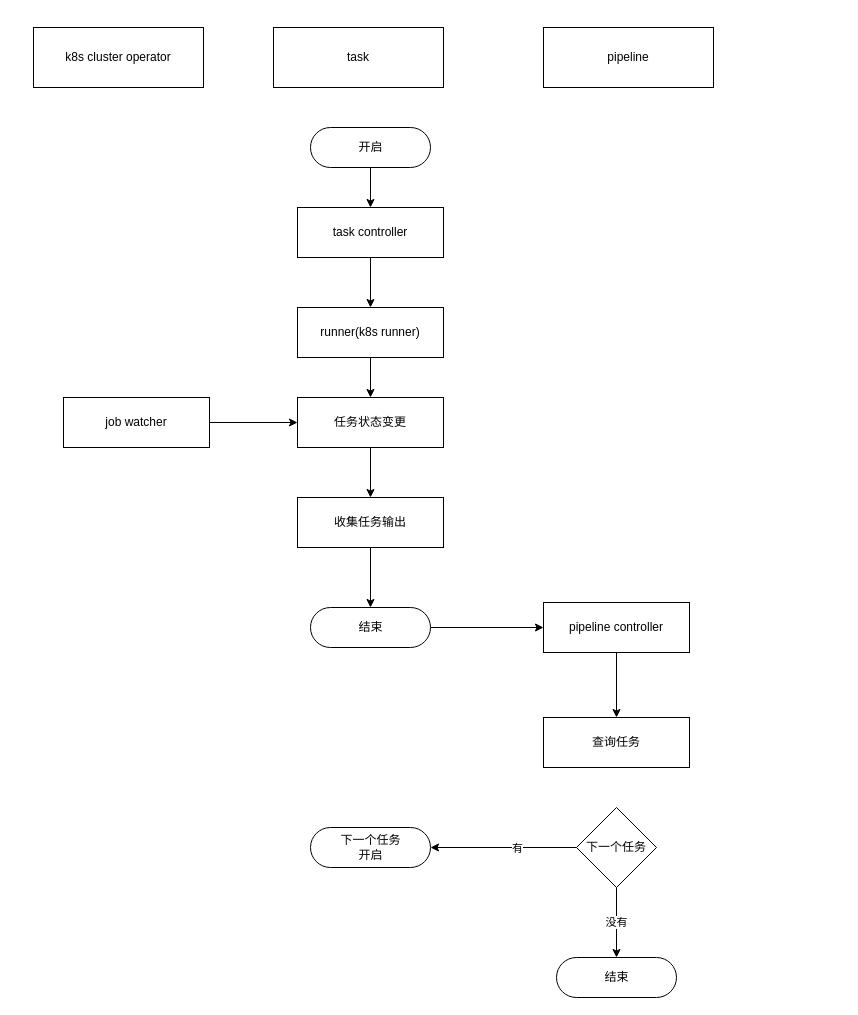
Above: apps/task/docs/flow.drawio in infraboard/mpaas (draw.io), before the change. Source tidied: cells renumbered, new cells numbered last; positions are measured from the earlier drawing's top-left corner, leaving out a move shared by most shapes. Both pictures are drawn from the tidied source at 100%, with x=0, y=0 at pixel (33, 27).
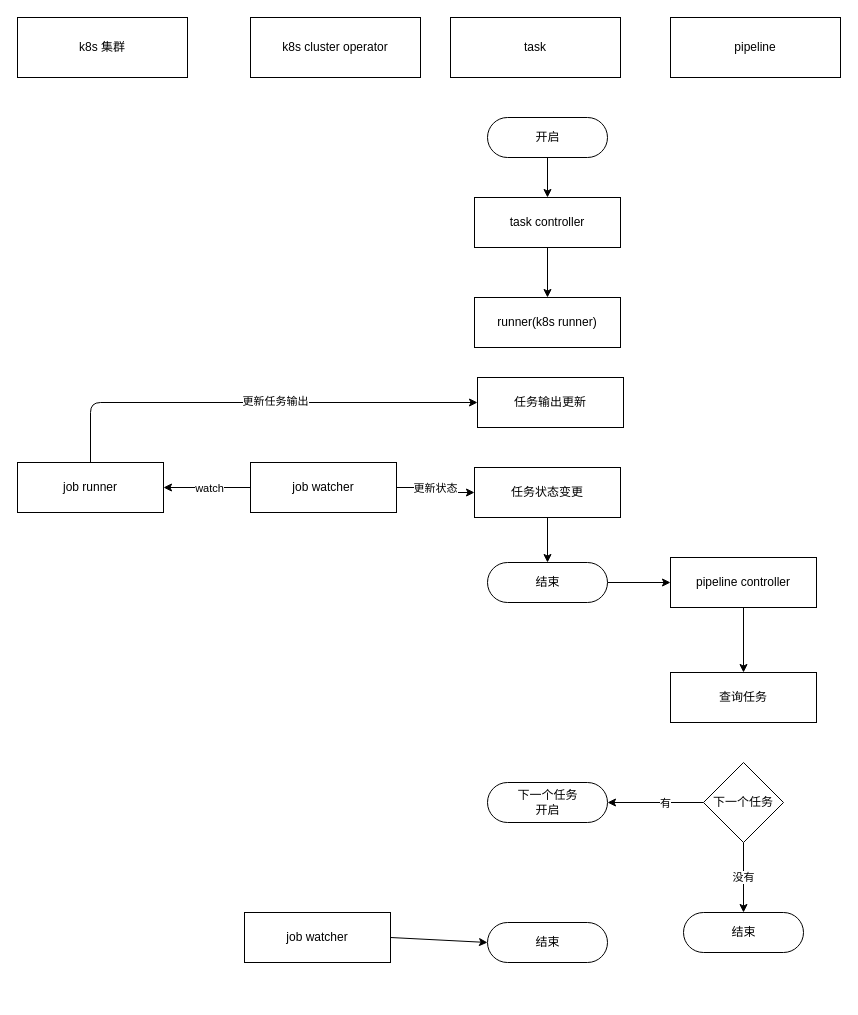
The same page after the edit.

The change refers to these unchanged cells:
```xml
<mxCell id="11" style="edgeStyle=orthogonalEdgeStyle;html=1;exitX=1;exitY=0.5;exitDx=0;exitDy=0;entryX=0;entryY=0.5;entryDx=0;entryDy=0;" parent="1" edge="1" source="12" target="18">
  <mxGeometry relative="1" as="geometry" />
</mxCell>
```

Diff of the diagram source:
```diff
@@
     <mxCell id="3" value="开启" style="html=1;dashed=0;whitespace=wrap;shape=mxgraph.dfd.start;" parent="1" vertex="1">
-      <mxGeometry x="277" y="100" width="120" height="40" as="geometry" />
+      <mxGeometry x="454" y="90" width="120" height="40" as="geometry" />
     </mxCell>
@@
     <mxCell id="5" value="task controller" style="rounded=0;whiteSpace=wrap;html=1;" parent="1" vertex="1">
-      <mxGeometry x="264" y="180" width="146" height="50" as="geometry" />
+      <mxGeometry x="441" y="170" width="146" height="50" as="geometry" />
     </mxCell>
-    <mxCell id="6" style="edgeStyle=none;html=1;exitX=0.5;exitY=1;exitDx=0;exitDy=0;entryX=0.5;entryY=0;entryDx=0;entryDy=0;" parent="1" edge="1" source="7" target="18">
-      <mxGeometry relative="1" as="geometry" />
-    </mxCell>
     <mxCell id="7" value="runner(k8s runner)" style="rounded=0;whiteSpace=wrap;html=1;" parent="1" vertex="1">
-      <mxGeometry x="264" y="280" width="146" height="50" as="geometry" />
+      <mxGeometry x="441" y="270" width="146" height="50" as="geometry" />
     </mxCell>
     <mxCell id="8" value="k8s cluster operator" style="rounded=0;whiteSpace=wrap;html=1;" parent="1" vertex="1">
-      <mxGeometry width="170" height="60" as="geometry" />
+      <mxGeometry x="217" y="-10" width="170" height="60" as="geometry" />
     </mxCell>
     <mxCell id="9" value="task" style="rounded=0;whiteSpace=wrap;html=1;" parent="1" vertex="1">
-      <mxGeometry x="240" width="170" height="60" as="geometry" />
+      <mxGeometry x="417" y="-10" width="170" height="60" as="geometry" />
     </mxCell>
     <mxCell id="10" value="pipeline" style="rounded=0;whiteSpace=wrap;html=1;" parent="1" vertex="1">
-      <mxGeometry x="510" width="170" height="60" as="geometry" />
+      <mxGeometry x="637" y="-10" width="170" height="60" as="geometry" />
     </mxCell>
@@
+    <mxCell id="28" value="更新状态" style="edgeLabel;html=1;align=center;verticalAlign=middle;" parent="11" vertex="1">
+      <mxGeometry x="-0.07" y="-1" relative="1" as="geometry" />
+    </mxCell>
+    <mxCell id="29" style="edgeStyle=none;html=1;exitX=0;exitY=0.5;exitDx=0;exitDy=0;" parent="1" edge="1" source="12" target="37">
+      <mxGeometry relative="1" as="geometry" />
+    </mxCell>
+    <mxCell id="30" value="watch" style="edgeLabel;html=1;align=center;verticalAlign=middle;" parent="29" vertex="1">
+      <mxGeometry x="-0.03" relative="1" as="geometry" />
+    </mxCell>
     <mxCell id="12" value="job watcher" style="rounded=0;whiteSpace=wrap;html=1;" parent="1" vertex="1">
-      <mxGeometry x="30" y="370" width="146" height="50" as="geometry" />
+      <mxGeometry x="217" y="435" width="146" height="50" as="geometry" />
     </mxCell>
@@
     <mxCell id="14" value="pipeline controller" style="rounded=0;whiteSpace=wrap;html=1;" parent="1" vertex="1">
-      <mxGeometry x="510" y="575" width="146" height="50" as="geometry" />
+      <mxGeometry x="637" y="530" width="146" height="50" as="geometry" />
     </mxCell>
@@
     <mxCell id="16" value="结束" style="html=1;dashed=0;whitespace=wrap;shape=mxgraph.dfd.start;" parent="1" vertex="1">
-      <mxGeometry x="277" y="580" width="120" height="40" as="geometry" />
+      <mxGeometry x="454" y="535" width="120" height="40" as="geometry" />
     </mxCell>
-    <mxCell id="17" style="edgeStyle=orthogonalEdgeStyle;html=1;exitX=0.5;exitY=1;exitDx=0;exitDy=0;" parent="1" edge="1" source="18" target="21">
+    <mxCell id="17" style="edgeStyle=orthogonalEdgeStyle;html=1;exitX=0.5;exitY=1;exitDx=0;exitDy=0;entryX=0.5;entryY=0.5;entryDx=0;entryDy=-20;entryPerimeter=0;" parent="1" edge="1" source="18" target="16">
       <mxGeometry relative="1" as="geometry" />
     </mxCell>
     <mxCell id="18" value="任务状态变更" style="rounded=0;whiteSpace=wrap;html=1;" parent="1" vertex="1">
-      <mxGeometry x="264" y="370" width="146" height="50" as="geometry" />
+      <mxGeometry x="441" y="440" width="146" height="50" as="geometry" />
     </mxCell>
     <mxCell id="19" value="查询任务" style="rounded=0;whiteSpace=wrap;html=1;" parent="1" vertex="1">
-      <mxGeometry x="510" y="690" width="146" height="50" as="geometry" />
+      <mxGeometry x="637" y="645" width="146" height="50" as="geometry" />
     </mxCell>
-    <mxCell id="20" style="edgeStyle=orthogonalEdgeStyle;html=1;exitX=0.5;exitY=1;exitDx=0;exitDy=0;" parent="1" edge="1" source="21" target="16">
-      <mxGeometry relative="1" as="geometry" />
-    </mxCell>
-    <mxCell id="21" value="收集任务输出" style="rounded=0;whiteSpace=wrap;html=1;" parent="1" vertex="1">
-      <mxGeometry x="264" y="470" width="146" height="50" as="geometry" />
-    </mxCell>
@@
     <mxCell id="23" value="结束" style="html=1;dashed=0;whitespace=wrap;shape=mxgraph.dfd.start;" parent="1" vertex="1">
-      <mxGeometry x="523" y="930" width="120" height="40" as="geometry" />
+      <mxGeometry x="650" y="885" width="120" height="40" as="geometry" />
     </mxCell>
@@
     <mxCell id="26" value="下一个任务" style="rhombus;whiteSpace=wrap;html=1;" parent="1" vertex="1">
-      <mxGeometry x="543" y="780" width="80" height="80" as="geometry" />
+      <mxGeometry x="670" y="735" width="80" height="80" as="geometry" />
     </mxCell>
     <mxCell id="27" value="下一个任务&lt;br&gt;开启" style="html=1;dashed=0;whitespace=wrap;shape=mxgraph.dfd.start;" parent="1" vertex="1">
-      <mxGeometry x="277" y="800" width="120" height="40" as="geometry" />
+      <mxGeometry x="454" y="755" width="120" height="40" as="geometry" />
     </mxCell>
+    <mxCell id="31" value="结束" style="html=1;dashed=0;whitespace=wrap;shape=mxgraph.dfd.start;" parent="1" vertex="1">
+      <mxGeometry x="454" y="895" width="120" height="40" as="geometry" />
+    </mxCell>
+    <mxCell id="32" style="edgeStyle=none;html=1;exitX=1;exitY=0.5;exitDx=0;exitDy=0;entryX=0;entryY=0.5;entryDx=0;entryDy=0;entryPerimeter=0;" parent="1" edge="1" source="33" target="31">
+      <mxGeometry relative="1" as="geometry" />
+    </mxCell>
+    <mxCell id="33" value="job watcher" style="rounded=0;whiteSpace=wrap;html=1;" parent="1" vertex="1">
+      <mxGeometry x="211" y="885" width="146" height="50" as="geometry" />
+    </mxCell>
+    <mxCell id="34" value="k8s 集群" style="rounded=0;whiteSpace=wrap;html=1;" parent="1" vertex="1">
+      <mxGeometry x="-16" y="-10" width="170" height="60" as="geometry" />
+    </mxCell>
+    <mxCell id="35" style="edgeStyle=orthogonalEdgeStyle;html=1;exitX=0.5;exitY=0;exitDx=0;exitDy=0;entryX=0;entryY=0.5;entryDx=0;entryDy=0;" parent="1" edge="1" source="37" target="38">
+      <mxGeometry relative="1" as="geometry" />
+    </mxCell>
+    <mxCell id="36" value="更新任务输出" style="edgeLabel;html=1;align=center;verticalAlign=middle;" parent="35" vertex="1">
+      <mxGeometry x="0.09" y="2" relative="1" as="geometry" />
+    </mxCell>
+    <mxCell id="37" value="job runner" style="rounded=0;whiteSpace=wrap;html=1;" parent="1" vertex="1">
+      <mxGeometry x="-16" y="435" width="146" height="50" as="geometry" />
+    </mxCell>
+    <mxCell id="38" value="任务输出更新" style="rounded=0;whiteSpace=wrap;html=1;" parent="1" vertex="1">
+      <mxGeometry x="444" y="350" width="146" height="50" as="geometry" />
+    </mxCell>
```
